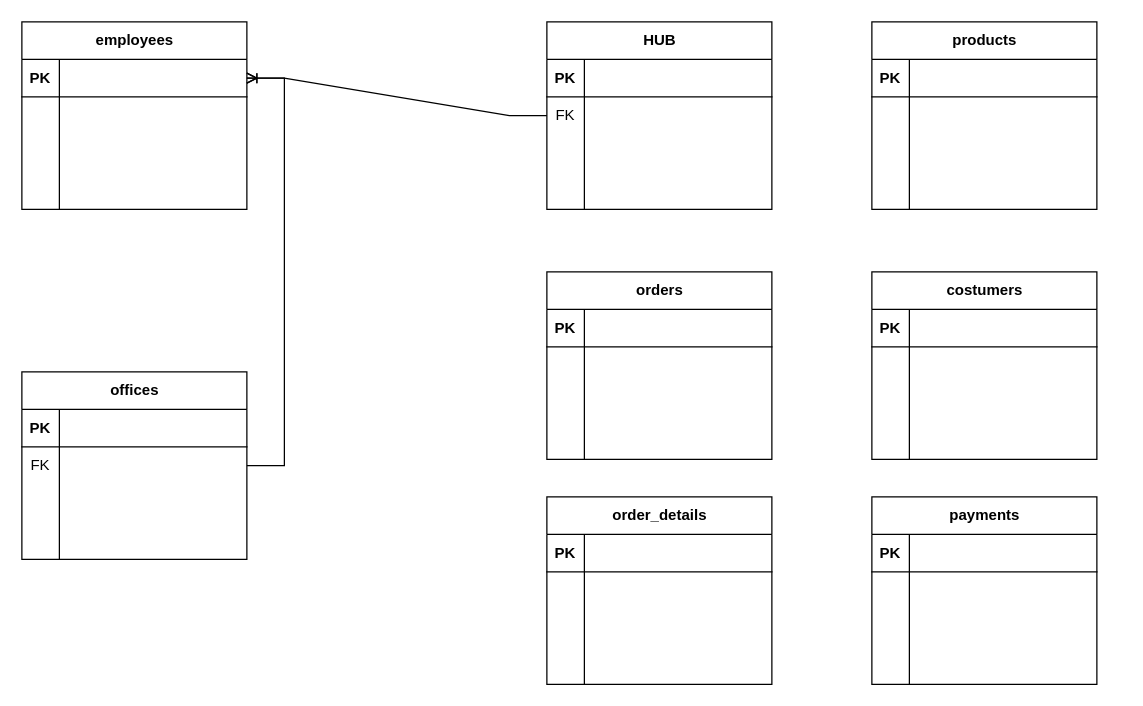
Above: page "Conceptual Data Models" (1 of 7) of Logisticts MS.drawio in Firzh/semester-3 (draw.io), before the change. Source tidied: cells renumbered, new cells numbered last; positions are measured from the earlier drawing's top-left corner, leaving out a move shared by most shapes. Both pictures are drawn from the tidied source at 125%, with x=0, y=0 at pixel (21, 21).
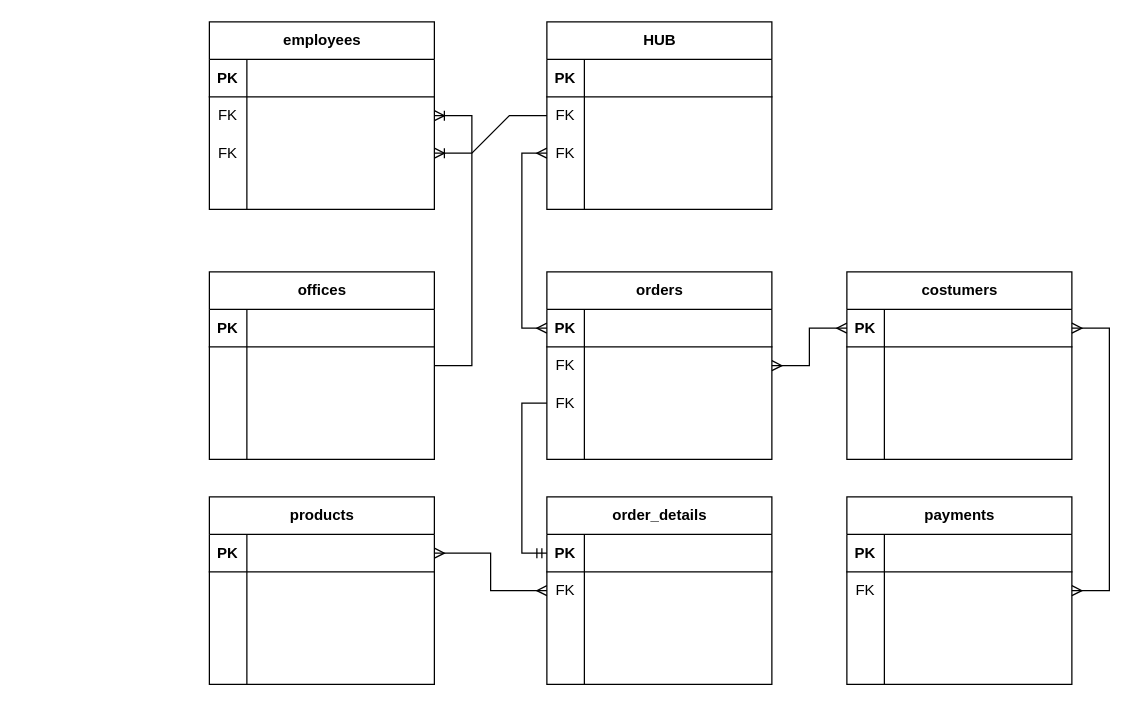
The same page after the edit.

Unchanged cells that the change refers to:
```xml
<mxCell id="3" style="shape=tableRow;horizontal=0;startSize=0;swimlaneHead=0;swimlaneBody=0;fillColor=none;points=[[0,0.5],[1,0.5]];portConstraint=eastwest;top=0;left=0;right=0;bottom=1;" parent="2" vertex="1">
  <mxGeometry y="30" width="180" height="30" as="geometry" />
</mxCell>
<mxCell id="16" style="shape=tableRow;horizontal=0;startSize=0;swimlaneHead=0;swimlaneBody=0;fillColor=none;points=[[0,0.5],[1,0.5]];portConstraint=eastwest;top=0;left=0;right=0;bottom=1;" parent="15" vertex="1">
  <mxGeometry y="30" width="180" height="30" as="geometry" />
</mxCell>
<mxCell id="29" style="shape=tableRow;horizontal=0;startSize=0;swimlaneHead=0;swimlaneBody=0;fillColor=none;points=[[0,0.5],[1,0.5]];portConstraint=eastwest;top=0;left=0;right=0;bottom=1;" parent="28" vertex="1">
  <mxGeometry y="30" width="180" height="30" as="geometry" />
</mxCell>
<mxCell id="32" style="shape=tableRow;horizontal=0;startSize=0;swimlaneHead=0;swimlaneBody=0;fillColor=none;points=[[0,0.5],[1,0.5]];portConstraint=eastwest;top=0;left=0;right=0;bottom=0;" parent="28" vertex="1">
  <mxGeometry y="60" width="180" height="30" as="geometry" />
</mxCell>
<mxCell id="35" style="shape=tableRow;horizontal=0;startSize=0;swimlaneHead=0;swimlaneBody=0;fillColor=none;points=[[0,0.5],[1,0.5]];portConstraint=eastwest;top=0;left=0;right=0;bottom=0;" parent="28" vertex="1">
  <mxGeometry y="90" width="180" height="30" as="geometry" />
</mxCell>
<mxCell id="45" style="shape=tableRow;horizontal=0;startSize=0;swimlaneHead=0;swimlaneBody=0;fillColor=none;points=[[0,0.5],[1,0.5]];portConstraint=eastwest;top=0;left=0;right=0;bottom=0;" parent="41" vertex="1">
  <mxGeometry y="60" width="180" height="30" as="geometry" />
</mxCell>
<mxCell id="55" style="shape=tableRow;horizontal=0;startSize=0;swimlaneHead=0;swimlaneBody=0;fillColor=none;points=[[0,0.5],[1,0.5]];portConstraint=eastwest;top=0;left=0;right=0;bottom=1;" parent="54" vertex="1">
  <mxGeometry y="30" width="180" height="30" as="geometry" />
</mxCell>
<mxCell id="58" style="shape=tableRow;horizontal=0;startSize=0;swimlaneHead=0;swimlaneBody=0;fillColor=none;points=[[0,0.5],[1,0.5]];portConstraint=eastwest;top=0;left=0;right=0;bottom=0;" parent="54" vertex="1">
  <mxGeometry y="60" width="180" height="30" as="geometry" />
</mxCell>
<mxCell id="61" style="shape=tableRow;horizontal=0;startSize=0;swimlaneHead=0;swimlaneBody=0;fillColor=none;points=[[0,0.5],[1,0.5]];portConstraint=eastwest;top=0;left=0;right=0;bottom=0;" parent="54" vertex="1">
  <mxGeometry y="90" width="180" height="30" as="geometry" />
</mxCell>
<mxCell id="68" style="shape=tableRow;horizontal=0;startSize=0;swimlaneHead=0;swimlaneBody=0;fillColor=none;points=[[0,0.5],[1,0.5]];portConstraint=eastwest;top=0;left=0;right=0;bottom=1;" parent="67" vertex="1">
  <mxGeometry y="30" width="180" height="30" as="geometry" />
</mxCell>
<mxCell id="71" style="shape=tableRow;horizontal=0;startSize=0;swimlaneHead=0;swimlaneBody=0;fillColor=none;points=[[0,0.5],[1,0.5]];portConstraint=eastwest;top=0;left=0;right=0;bottom=0;" parent="67" vertex="1">
  <mxGeometry y="60" width="180" height="30" as="geometry" />
</mxCell>
<mxCell id="84" style="shape=tableRow;horizontal=0;startSize=0;swimlaneHead=0;swimlaneBody=0;fillColor=none;points=[[0,0.5],[1,0.5]];portConstraint=eastwest;top=0;left=0;right=0;bottom=0;" parent="80" vertex="1">
  <mxGeometry y="60" width="180" height="30" as="geometry" />
</mxCell>
<mxCell id="97" style="shape=tableRow;horizontal=0;startSize=0;swimlaneHead=0;swimlaneBody=0;fillColor=none;points=[[0,0.5],[1,0.5]];portConstraint=eastwest;top=0;left=0;right=0;bottom=0;" parent="93" vertex="1">
  <mxGeometry y="60" width="180" height="30" as="geometry" />
</mxCell>
<mxCell id="100" style="shape=tableRow;horizontal=0;startSize=0;swimlaneHead=0;swimlaneBody=0;fillColor=none;points=[[0,0.5],[1,0.5]];portConstraint=eastwest;top=0;left=0;right=0;bottom=0;" parent="93" vertex="1">
  <mxGeometry y="90" width="180" height="30" as="geometry" />
</mxCell>
```

The edit, as a diff of the source:
```diff
@@
     <mxCell id="2" value="products" style="shape=table;startSize=30;childLayout=tableLayout;rowLines=0;fontStyle=1;align=center;html=1;" parent="1" vertex="1">
-      <mxGeometry x="680" width="180" height="150" as="geometry" />
+      <mxGeometry x="150" y="380" width="180" height="150" as="geometry" />
     </mxCell>
@@
     <mxCell id="15" value="costumers" style="shape=table;startSize=30;childLayout=tableLayout;rowLines=0;fontStyle=1;align=center;html=1;" parent="1" vertex="1">
-      <mxGeometry x="680" y="200" width="180" height="150" as="geometry" />
+      <mxGeometry x="660" y="200" width="180" height="150" as="geometry" />
     </mxCell>
@@
     <mxCell id="28" value="employees" style="shape=table;startSize=30;childLayout=tableLayout;rowLines=0;fontStyle=1;align=center;html=1;" parent="1" vertex="1">
-      <mxGeometry width="180" height="150" as="geometry" />
+      <mxGeometry x="150" width="180" height="150" as="geometry" />
     </mxCell>
@@
-    <mxCell id="33" style="shape=partialRectangle;fillColor=none;top=0;left=0;bottom=0;right=0;overflow=hidden;whiteSpace=wrap;html=1;" parent="32" vertex="1">
+    <mxCell id="33" value="FK" style="shape=partialRectangle;fillColor=none;top=0;left=0;bottom=0;right=0;overflow=hidden;whiteSpace=wrap;html=1;" parent="32" vertex="1">
       <mxGeometry width="30" height="30" as="geometry" />
     </mxCell>
@@
-    <mxCell id="36" style="shape=partialRectangle;fillColor=none;top=0;left=0;bottom=0;right=0;overflow=hidden;whiteSpace=wrap;html=1;" parent="35" vertex="1">
+    <mxCell id="36" value="FK" style="shape=partialRectangle;fillColor=none;top=0;left=0;bottom=0;right=0;overflow=hidden;whiteSpace=wrap;html=1;" parent="35" vertex="1">
       <mxGeometry width="30" height="30" as="geometry" />
     </mxCell>
@@
     <mxCell id="41" value="offices" style="shape=table;startSize=30;childLayout=tableLayout;rowLines=0;fontStyle=1;align=center;html=1;" parent="1" vertex="1">
-      <mxGeometry y="280" width="180" height="150" as="geometry" />
+      <mxGeometry x="150" y="200" width="180" height="150" as="geometry" />
     </mxCell>
@@
-    <mxCell id="46" value="FK" style="shape=partialRectangle;fillColor=none;top=0;left=0;bottom=0;right=0;overflow=hidden;whiteSpace=wrap;html=1;" parent="45" vertex="1">
+    <mxCell id="46" style="shape=partialRectangle;fillColor=none;top=0;left=0;bottom=0;right=0;overflow=hidden;whiteSpace=wrap;html=1;" parent="45" vertex="1">
       <mxGeometry width="30" height="30" as="geometry" />
     </mxCell>
@@
-    <mxCell id="59" style="shape=partialRectangle;fillColor=none;top=0;left=0;bottom=0;right=0;overflow=hidden;whiteSpace=wrap;html=1;" parent="58" vertex="1">
+    <mxCell id="59" value="FK" style="shape=partialRectangle;fillColor=none;top=0;left=0;bottom=0;right=0;overflow=hidden;whiteSpace=wrap;html=1;" parent="58" vertex="1">
       <mxGeometry width="30" height="30" as="geometry" />
     </mxCell>
@@
-    <mxCell id="62" style="shape=partialRectangle;fillColor=none;top=0;left=0;bottom=0;right=0;overflow=hidden;whiteSpace=wrap;html=1;" parent="61" vertex="1">
+    <mxCell id="62" value="FK" style="shape=partialRectangle;fillColor=none;top=0;left=0;bottom=0;right=0;overflow=hidden;whiteSpace=wrap;html=1;" parent="61" vertex="1">
       <mxGeometry width="30" height="30" as="geometry" />
     </mxCell>
@@
-    <mxCell id="72" style="shape=partialRectangle;fillColor=none;top=0;left=0;bottom=0;right=0;overflow=hidden;whiteSpace=wrap;html=1;" parent="71" vertex="1">
+    <mxCell id="72" value="FK" style="shape=partialRectangle;fillColor=none;top=0;left=0;bottom=0;right=0;overflow=hidden;whiteSpace=wrap;html=1;" parent="71" vertex="1">
       <mxGeometry width="30" height="30" as="geometry" />
     </mxCell>
@@
     <mxCell id="80" value="payments" style="shape=table;startSize=30;childLayout=tableLayout;rowLines=0;fontStyle=1;align=center;html=1;" parent="1" vertex="1">
-      <mxGeometry x="680" y="380" width="180" height="150" as="geometry" />
+      <mxGeometry x="660" y="380" width="180" height="150" as="geometry" />
     </mxCell>
@@
-    <mxCell id="85" style="shape=partialRectangle;fillColor=none;top=0;left=0;bottom=0;right=0;overflow=hidden;whiteSpace=wrap;html=1;" parent="84" vertex="1">
+    <mxCell id="85" value="FK" style="shape=partialRectangle;fillColor=none;top=0;left=0;bottom=0;right=0;overflow=hidden;whiteSpace=wrap;html=1;" parent="84" vertex="1">
       <mxGeometry width="30" height="30" as="geometry" />
     </mxCell>
@@
-    <mxCell id="101" style="shape=partialRectangle;fillColor=none;top=0;left=0;bottom=0;right=0;overflow=hidden;whiteSpace=wrap;html=1;" parent="100" vertex="1">
+    <mxCell id="101" value="FK" style="shape=partialRectangle;fillColor=none;top=0;left=0;bottom=0;right=0;overflow=hidden;whiteSpace=wrap;html=1;" parent="100" vertex="1">
       <mxGeometry width="30" height="30" as="geometry" />
     </mxCell>
@@
-    <mxCell id="106" style="edgeStyle=entityRelationEdgeStyle;fontSize=12;html=1;endArrow=ERoneToMany;rounded=0;entryX=1;entryY=0.5;entryDx=0;entryDy=0;exitX=1;exitY=0.5;exitDx=0;exitDy=0;" parent="1" edge="1" source="45" target="29">
+    <mxCell id="106" style="edgeStyle=entityRelationEdgeStyle;fontSize=12;html=1;endArrow=ERoneToMany;rounded=0;entryX=1;entryY=0.5;entryDx=0;entryDy=0;exitX=1;exitY=0.5;exitDx=0;exitDy=0;" parent="1" edge="1" source="45" target="32">
       <mxGeometry relative="1" as="geometry" />
     </mxCell>
-    <mxCell id="107" style="edgeStyle=entityRelationEdgeStyle;fontSize=12;html=1;endArrow=ERoneToMany;rounded=0;exitX=0;exitY=0.5;exitDx=0;exitDy=0;entryX=1;entryY=0.5;entryDx=0;entryDy=0;" parent="1" edge="1" source="97" target="29">
+    <mxCell id="107" style="edgeStyle=entityRelationEdgeStyle;fontSize=12;html=1;endArrow=ERoneToMany;rounded=0;exitX=0;exitY=0.5;exitDx=0;exitDy=0;entryX=1;entryY=0.5;entryDx=0;entryDy=0;" parent="1" edge="1" source="97" target="35">
       <mxGeometry relative="1" as="geometry" />
     </mxCell>
+    <mxCell id="108" style="edgeStyle=entityRelationEdgeStyle;fontSize=12;html=1;endArrow=ERmany;startArrow=ERmany;rounded=0;entryX=0;entryY=0.5;entryDx=0;entryDy=0;" parent="1" edge="1" source="58" target="16">
+      <mxGeometry relative="1" as="geometry" />
+    </mxCell>
+    <mxCell id="109" style="edgeStyle=entityRelationEdgeStyle;fontSize=12;html=1;endArrow=ERmany;startArrow=ERmany;rounded=0;entryX=1;entryY=0.5;entryDx=0;entryDy=0;exitX=1;exitY=0.5;exitDx=0;exitDy=0;" parent="1" edge="1" source="84" target="16">
+      <mxGeometry relative="1" as="geometry" />
+    </mxCell>
+    <mxCell id="110" style="edgeStyle=orthogonalEdgeStyle;fontSize=12;html=1;endArrow=ERmany;startArrow=ERmany;rounded=0;entryX=1;entryY=0.5;entryDx=0;entryDy=0;exitX=0;exitY=0.5;exitDx=0;exitDy=0;" parent="1" edge="1" source="71" target="3">
+      <mxGeometry relative="1" as="geometry" />
+    </mxCell>
+    <mxCell id="111" style="edgeStyle=orthogonalEdgeStyle;fontSize=12;html=1;endArrow=ERmandOne;rounded=0;entryX=0;entryY=0.5;entryDx=0;entryDy=0;exitX=0;exitY=0.5;exitDx=0;exitDy=0;" parent="1" edge="1" source="61" target="68">
+      <mxGeometry relative="1" as="geometry">
+        <Array as="points">
+          <mxPoint x="400" y="305" />
+          <mxPoint x="400" y="425" />
+        </Array>
+      </mxGeometry>
+    </mxCell>
+    <mxCell id="112" style="edgeStyle=orthogonalEdgeStyle;fontSize=12;html=1;endArrow=ERmany;startArrow=ERmany;rounded=0;entryX=0;entryY=0.5;entryDx=0;entryDy=0;exitX=0;exitY=0.5;exitDx=0;exitDy=0;" parent="1" edge="1" source="55" target="100">
+      <mxGeometry relative="1" as="geometry">
+        <Array as="points">
+          <mxPoint x="400" y="245" />
+          <mxPoint x="400" y="105" />
+        </Array>
+      </mxGeometry>
+    </mxCell>
```
